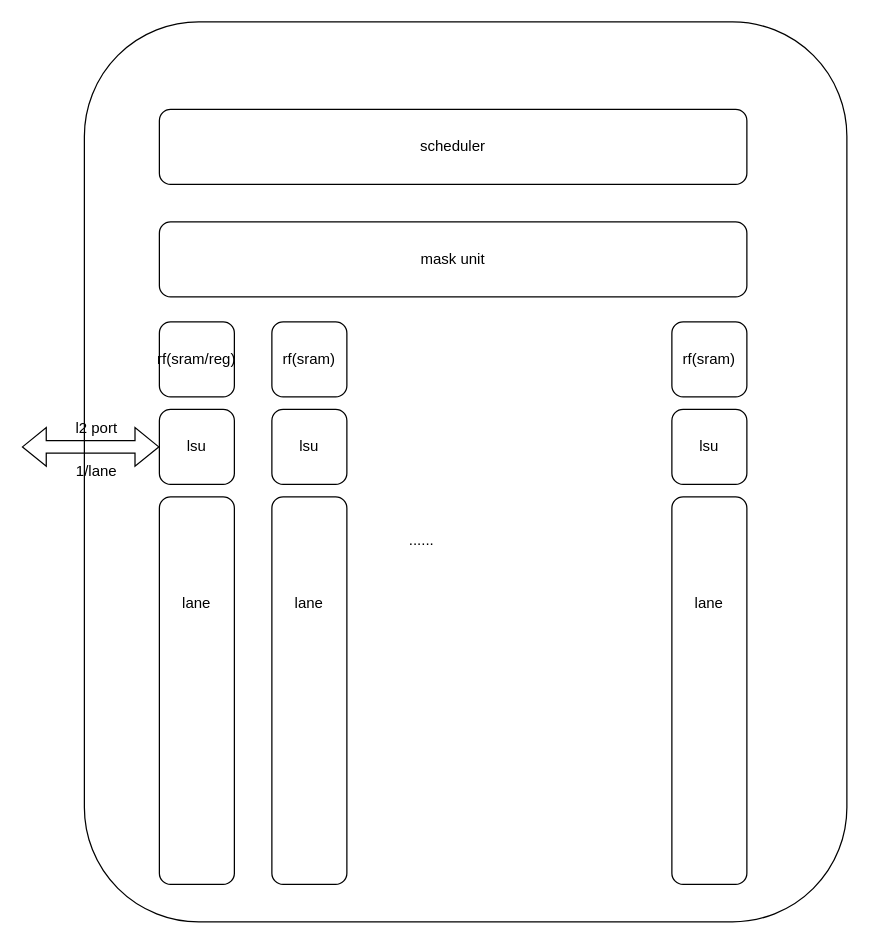
chipsalliance/t1 keeps this draw.io diagram as page "daydream" (1 of 12) of t1/doc/rvv.drawio. Above is the earlier version. Source tidied: cells renumbered, new cells numbered last; positions are measured from the earlier drawing's top-left corner, leaving out a move shared by most shapes. Both pictures are drawn from the tidied source at 125%, with x=0, y=0 at pixel (21, 21).
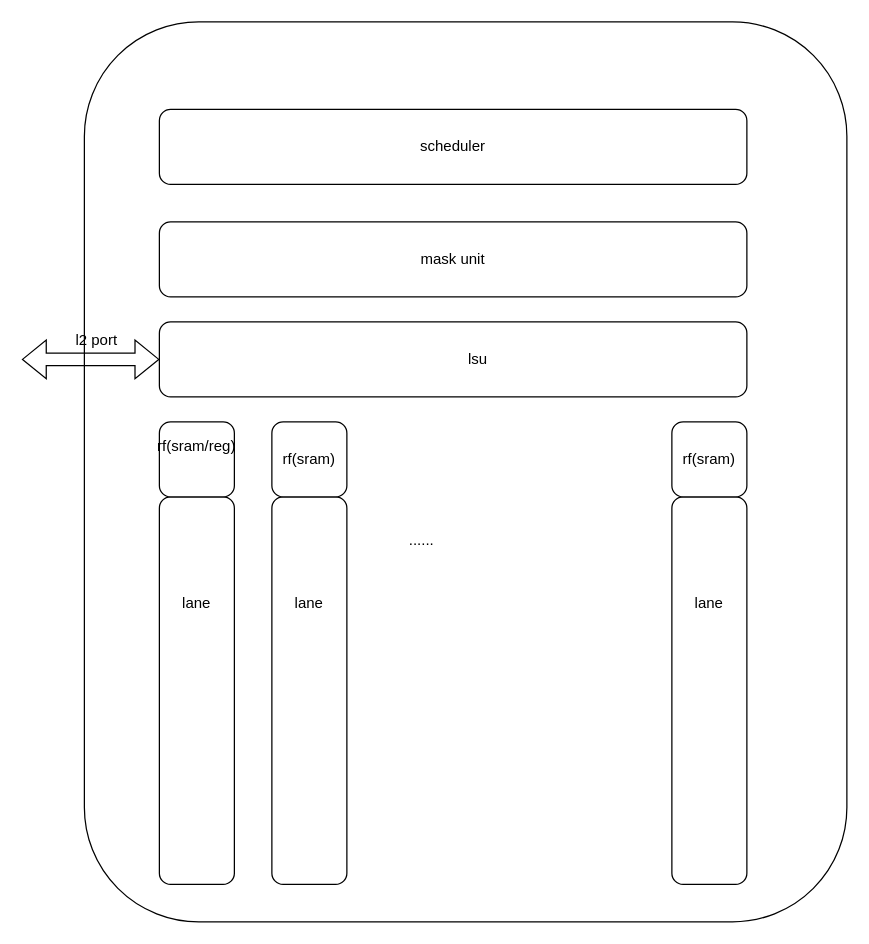
After the change.

Change to the diagram source:
```diff
@@
+    <mxCell id="29" style="group;" parent="1" vertex="1">
+      <mxGeometry y="240" width="580" height="60" as="geometry" />
+    </mxCell>
+    <mxCell id="12" style="rounded=1;whiteSpace=wrap;html=1;" parent="29" vertex="1">
+      <mxGeometry x="110" width="470" height="60" as="geometry" />
+    </mxCell>
+    <mxCell id="20" style="shape=flexArrow;endArrow=classic;startArrow=classic;html=1;rounded=0;entryX=0;entryY=0.5;entryDx=0;entryDy=0;" parent="29" edge="1" target="12">
+      <mxGeometry relative="1" as="geometry">
+        <mxPoint y="30" as="sourcePoint" />
+      </mxGeometry>
+    </mxCell>
+    <mxCell id="21" value="l2 port" style="text;html=1;strokeColor=none;fillColor=none;align=center;verticalAlign=middle;whiteSpace=wrap;rounded=0;" parent="29" vertex="1">
+      <mxGeometry x="30" width="60" height="30" as="geometry" />
+    </mxCell>
+    <mxCell id="13" value="lsu" style="text;html=1;strokeColor=none;fillColor=none;align=center;verticalAlign=middle;whiteSpace=wrap;rounded=0;" parent="29" vertex="1">
+      <mxGeometry x="335" y="15" width="60" height="30" as="geometry" />
+    </mxCell>
@@
     <mxCell id="9" style="rounded=1;whiteSpace=wrap;html=1;" parent="1" vertex="1">
-      <mxGeometry x="110" y="240" width="60" height="60" as="geometry" />
+      <mxGeometry x="110" y="320" width="60" height="60" as="geometry" />
     </mxCell>
     <mxCell id="10" value="rf(sram/reg)" style="text;html=1;strokeColor=none;fillColor=none;align=center;verticalAlign=middle;whiteSpace=wrap;rounded=0;" parent="1" vertex="1">
-      <mxGeometry x="110" y="255" width="60" height="30" as="geometry" />
+      <mxGeometry x="110" y="325" width="60" height="30" as="geometry" />
     </mxCell>
@@
-    <mxCell id="12" style="rounded=1;whiteSpace=wrap;html=1;" parent="1" vertex="1">
-      <mxGeometry x="110" y="310" width="60" height="60" as="geometry" />
-    </mxCell>
-    <mxCell id="13" value="lsu" style="text;html=1;strokeColor=none;fillColor=none;align=center;verticalAlign=middle;whiteSpace=wrap;rounded=0;" parent="1" vertex="1">
-      <mxGeometry x="110" y="325" width="60" height="30" as="geometry" />
-    </mxCell>
@@
-    <mxCell id="16" style="rounded=1;whiteSpace=wrap;html=1;" parent="1" vertex="1">
-      <mxGeometry x="520" y="240" width="60" height="60" as="geometry" />
-    </mxCell>
-    <mxCell id="17" value="rf(sram)" style="text;html=1;strokeColor=none;fillColor=none;align=center;verticalAlign=middle;whiteSpace=wrap;rounded=0;" parent="1" vertex="1">
-      <mxGeometry x="520" y="255" width="60" height="30" as="geometry" />
-    </mxCell>
-    <mxCell id="18" style="rounded=1;whiteSpace=wrap;html=1;" parent="1" vertex="1">
-      <mxGeometry x="520" y="310" width="60" height="60" as="geometry" />
-    </mxCell>
-    <mxCell id="19" value="lsu" style="text;html=1;strokeColor=none;fillColor=none;align=center;verticalAlign=middle;whiteSpace=wrap;rounded=0;" parent="1" vertex="1">
-      <mxGeometry x="520" y="325" width="60" height="30" as="geometry" />
-    </mxCell>
-    <mxCell id="20" style="shape=flexArrow;endArrow=classic;startArrow=classic;html=1;rounded=0;entryX=0;entryY=0.5;entryDx=0;entryDy=0;" parent="1" edge="1" target="13">
-      <mxGeometry relative="1" as="geometry">
-        <mxPoint y="340" as="sourcePoint" />
-      </mxGeometry>
-    </mxCell>
-    <mxCell id="21" value="l2 port" style="text;html=1;strokeColor=none;fillColor=none;align=center;verticalAlign=middle;whiteSpace=wrap;rounded=0;" parent="1" vertex="1">
-      <mxGeometry x="30" y="310" width="60" height="30" as="geometry" />
-    </mxCell>
-    <mxCell id="22" value="1/lane" style="text;html=1;strokeColor=none;fillColor=none;align=center;verticalAlign=middle;whiteSpace=wrap;rounded=0;" parent="1" vertex="1">
-      <mxGeometry x="30" y="345" width="60" height="30" as="geometry" />
-    </mxCell>
@@
+    <mxCell id="30" style="group;" parent="1" vertex="1">
+      <mxGeometry x="200" y="320" width="60" height="60" as="geometry" />
+    </mxCell>
-    <mxCell id="25" style="rounded=1;whiteSpace=wrap;html=1;" parent="1" vertex="1">
-      <mxGeometry x="200" y="240" width="60" height="60" as="geometry" />
+    <mxCell id="25" style="rounded=1;whiteSpace=wrap;html=1;" parent="30" vertex="1">
+      <mxGeometry width="60" height="60" as="geometry" />
     </mxCell>
-    <mxCell id="26" value="rf(sram)" style="text;html=1;strokeColor=none;fillColor=none;align=center;verticalAlign=middle;whiteSpace=wrap;rounded=0;" parent="1" vertex="1">
-      <mxGeometry x="200" y="255" width="60" height="30" as="geometry" />
+    <mxCell id="26" value="rf(sram)" style="text;html=1;strokeColor=none;fillColor=none;align=center;verticalAlign=middle;whiteSpace=wrap;rounded=0;" parent="30" vertex="1">
+      <mxGeometry y="15" width="60" height="30" as="geometry" />
     </mxCell>
-    <mxCell id="27" style="rounded=1;whiteSpace=wrap;html=1;" parent="1" vertex="1">
-      <mxGeometry x="200" y="310" width="60" height="60" as="geometry" />
-    </mxCell>
-    <mxCell id="28" value="lsu" style="text;html=1;strokeColor=none;fillColor=none;align=center;verticalAlign=middle;whiteSpace=wrap;rounded=0;" parent="1" vertex="1">
-      <mxGeometry x="200" y="325" width="60" height="30" as="geometry" />
-    </mxCell>
+    <mxCell id="31" style="group;" parent="1" vertex="1">
+      <mxGeometry x="520" y="320" width="60" height="60" as="geometry" />
+    </mxCell>
+    <mxCell id="16" style="rounded=1;whiteSpace=wrap;html=1;" parent="31" vertex="1">
+      <mxGeometry width="60" height="60" as="geometry" />
+    </mxCell>
+    <mxCell id="32" style="group;" parent="31" vertex="1">
+      <mxGeometry width="60" height="60" as="geometry" />
+    </mxCell>
+    <mxCell id="17" value="rf(sram)" style="text;html=1;strokeColor=none;fillColor=none;align=center;verticalAlign=middle;whiteSpace=wrap;rounded=0;" parent="32" vertex="1">
+      <mxGeometry y="15" width="60" height="30" as="geometry" />
+    </mxCell>
```
